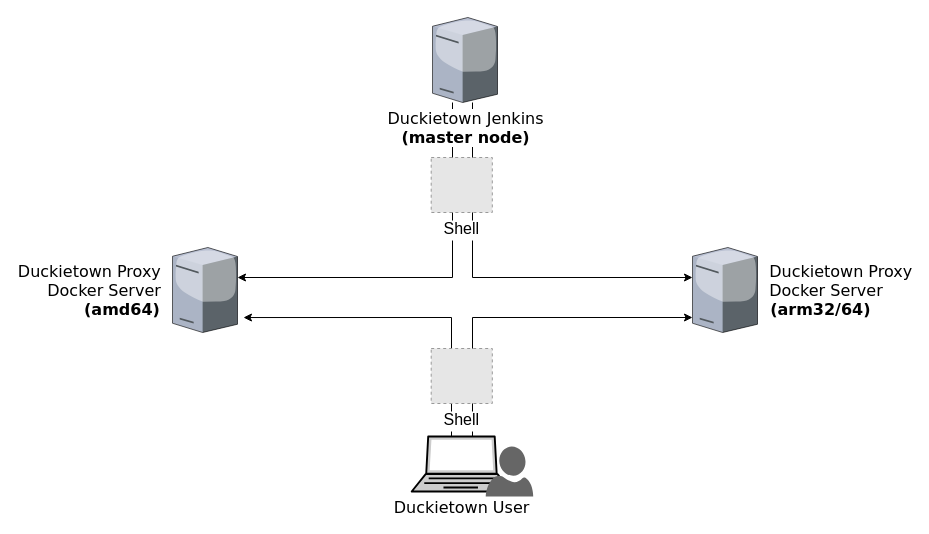
Above: docs/images/Duckietown_CI_diagram.drawio in duckietown/.jenkins-jobs (draw.io), before the change. Source tidied: cells renumbered, new cells numbered last; positions are measured from the earlier drawing's top-left corner, leaving out a move shared by most shapes. Both pictures are drawn from the tidied source at 100%, with x=0, y=0 at pixel (172, 17). Pictures stored in the file or linked from it are replaced by grey dashed boxes.
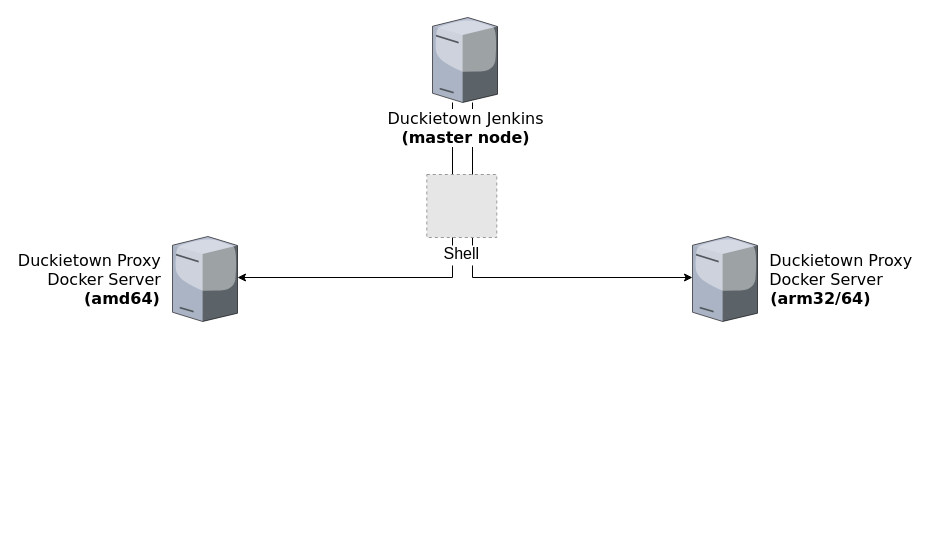
The same diagram, later.

Diff of the diagram source:
```diff
@@
 <mxGraphModel background="#ffffff">
   <root>
     <mxCell id="0" />
     <mxCell id="1" parent="0" />
     <mxCell id="2" value="&amp;nbsp; Duckietown Proxy&lt;br style=&quot;font-size: 16px&quot;&gt;&amp;nbsp; Docker Server&lt;br&gt;&lt;b&gt;&amp;nbsp; (arm32/64)&lt;/b&gt;" style="verticalLabelPosition=middle;html=1;verticalAlign=middle;strokeColor=none;shape=mxgraph.citrix.tower_server;rounded=0;shadow=0;comic=0;fontFamily=Verdana;fontSize=16;labelPosition=right;align=left;" parent="1" vertex="1">
-      <mxGeometry x="520" y="230" width="65" height="85" as="geometry" />
+      <mxGeometry x="520" y="219" width="65" height="85" as="geometry" />
     </mxCell>
     <mxCell id="3" value="Duckietown Proxy&amp;nbsp;&amp;nbsp;&lt;br style=&quot;font-size: 16px&quot;&gt;Docker Server&amp;nbsp;&amp;nbsp;&lt;br&gt;&lt;b&gt;(amd64)&amp;nbsp;&amp;nbsp;&lt;/b&gt;" style="verticalLabelPosition=middle;html=1;verticalAlign=middle;strokeColor=none;shape=mxgraph.citrix.tower_server;rounded=0;shadow=0;comic=0;fontFamily=Verdana;fontSize=16;labelPosition=left;align=right;spacingLeft=6;" parent="1" vertex="1">
-      <mxGeometry y="230" width="65" height="85" as="geometry" />
+      <mxGeometry y="219" width="65" height="85" as="geometry" />
     </mxCell>
     <mxCell id="4" style="edgeStyle=orthogonalEdgeStyle;rounded=0;jettySize=auto;html=1;fontSize=16;fontColor=#000000;" parent="1" edge="1" source="6" target="2">
       <mxGeometry relative="1" as="geometry">
         <Array as="points">
           <mxPoint x="300" y="260" />
         </Array>
       </mxGeometry>
     </mxCell>
     <mxCell id="5" style="edgeStyle=orthogonalEdgeStyle;rounded=0;jettySize=auto;html=1;fontSize=16;fontColor=#000000;" parent="1" edge="1" source="6" target="3">
       <mxGeometry relative="1" as="geometry">
         <Array as="points">
           <mxPoint x="280" y="260" />
         </Array>
       </mxGeometry>
     </mxCell>
     <mxCell id="6" value="Duckietown Jenkins&lt;br&gt;&lt;b&gt;(master node)&lt;/b&gt;&lt;br&gt;" style="verticalLabelPosition=bottom;html=1;verticalAlign=top;strokeColor=none;shape=mxgraph.citrix.tower_server;rounded=0;shadow=0;comic=0;fontFamily=Verdana;fontSize=16;labelBackgroundColor=#ffffff;" parent="1" vertex="1">
       <mxGeometry x="260" width="65" height="85" as="geometry" />
     </mxCell>
-    <mxCell id="7" style="edgeStyle=orthogonalEdgeStyle;rounded=0;jettySize=auto;html=1;fontSize=16;fontColor=#000000;" parent="1" edge="1" source="9" target="2">
-      <mxGeometry relative="1" as="geometry">
-        <Array as="points">
-          <mxPoint x="300" y="300" />
-        </Array>
-      </mxGeometry>
-    </mxCell>
-    <mxCell id="8" style="edgeStyle=orthogonalEdgeStyle;rounded=0;jettySize=auto;html=1;entryX=1.092;entryY=0.824;entryDx=0;entryDy=0;entryPerimeter=0;fontSize=16;fontColor=#000000;" parent="1" edge="1" source="9" target="3">
-      <mxGeometry relative="1" as="geometry">
-        <Array as="points">
-          <mxPoint x="279" y="300" />
-        </Array>
-      </mxGeometry>
-    </mxCell>
-    <mxCell id="9" value="Duckietown User" style="fontColor=#000000;verticalAlign=top;verticalLabelPosition=bottom;labelPosition=center;align=center;html=1;outlineConnect=0;fillColor=#CCCCCC;strokeColor=#000000;gradientColor=none;gradientDirection=north;strokeWidth=2;shape=mxgraph.networks.laptop;fontSize=16;fontFamily=Verdana;" parent="1" vertex="1">
-      <mxGeometry x="239.2" y="419" width="100" height="55" as="geometry" />
-    </mxCell>
-    <mxCell id="10" style="verticalLabelPosition=bottom;html=1;verticalAlign=top;align=center;strokeColor=none;fillColor=#666666;shape=mxgraph.azure.user;labelBackgroundColor=#696969;fontSize=16;labelBorderColor=#FFFFFF;strokeWidth=9;" parent="1" vertex="1">
-      <mxGeometry x="313.2" y="429" width="47.5" height="50" as="geometry" />
-    </mxCell>
     <mxCell id="11" value="Shell" style="fillColor=#E6E6E6;strokeColor=#999999;dashed=1;verticalLabelPosition=bottom;verticalAlign=top;labelBackgroundColor=#ffffff;fontSize=16;fontColor=#000000;" parent="1" vertex="1">
-      <mxGeometry x="258.7" y="140" width="61.1" height="55" as="geometry" />
+      <mxGeometry x="254.3" y="157" width="70" height="63" as="geometry" />
     </mxCell>
-    <mxCell id="12" value="Shell" style="fillColor=#E6E6E6;strokeColor=#999999;dashed=1;verticalLabelPosition=bottom;verticalAlign=top;labelBackgroundColor=#ffffff;fontSize=16;fontColor=#000000;" parent="1" vertex="1">
-      <mxGeometry x="258.7" y="331" width="61.1" height="55" as="geometry" />
-    </mxCell>
   </root>
 </mxGraphModel>
```
